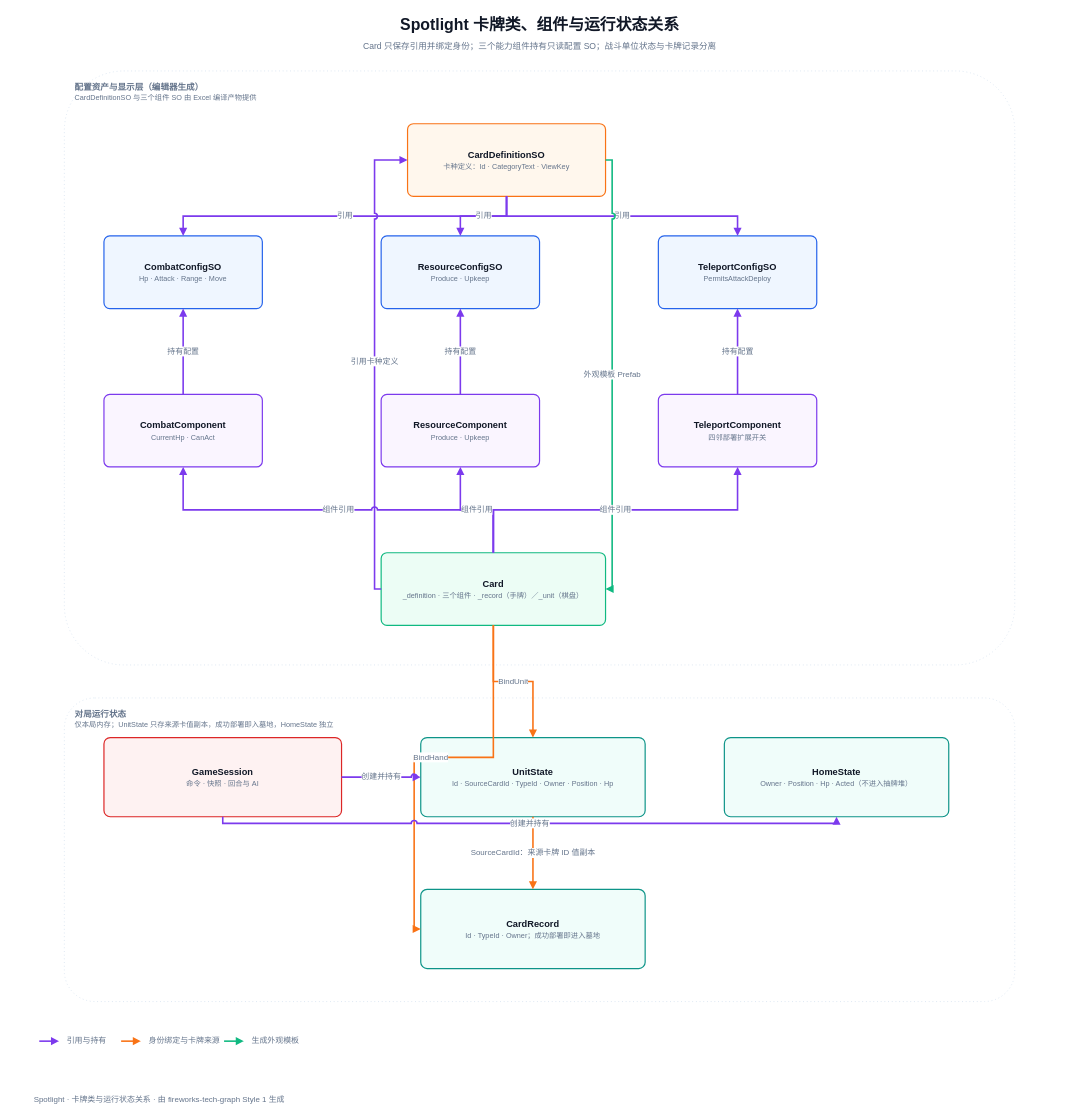
This is docs/diagrams/02-cards/02-cards.drawio from superbear1945/spotlight2026, a draw.io file, before an edit. Source tidied: cells renumbered, new cells numbered last; positions are measured from the earlier drawing's top-left corner, leaving out a move shared by most shapes. Both pictures are drawn from the tidied source at 66%, with x=0, y=0 at pixel (11, 11).
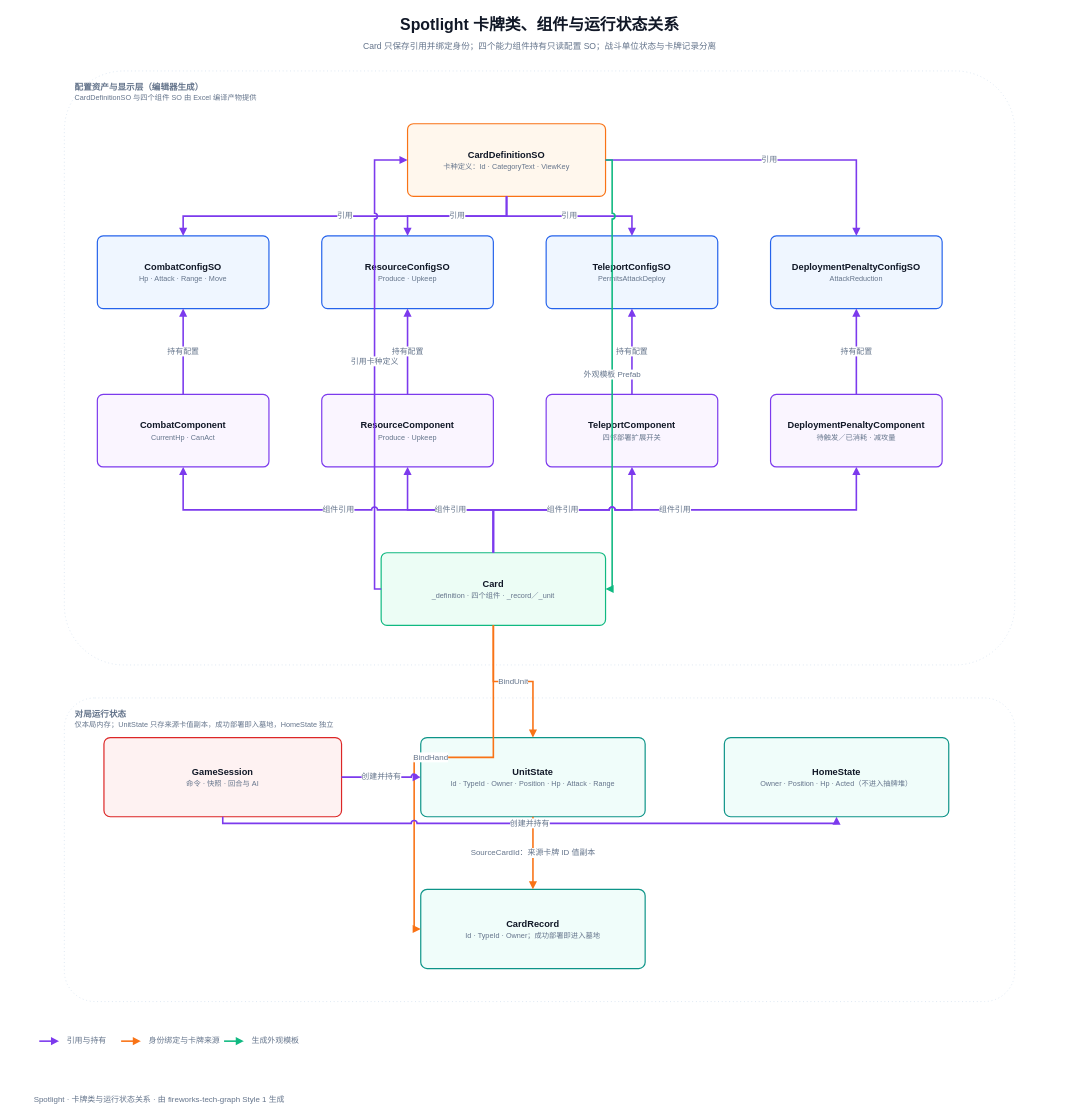
Above is the later version.

The change refers to these unchanged cells:
```xml
<mxCell id="4" value="&lt;b&gt;CardDefinitionSO&lt;/b&gt;&lt;br&gt;&lt;font style=&quot;font-size:11px;color:#64748b&quot;&gt;卡种定义：Id · CategoryText · ViewKey&lt;/font&gt;" style="rounded=1;arcSize=8;double=1;whiteSpace=wrap;html=1;shadow=0;fillColor=#fff7ed;strokeColor=#f97316;strokeWidth=1.8;fontColor=#111827;fontSize=14;align=center;verticalAlign=middle;" parent="1" vertex="1">
  <mxGeometry x="600" y="170" width="300" height="110" as="geometry" />
</mxCell>
```

Diff of the diagram source:
```diff
@@
-    <mxCell id="2" value="&lt;b&gt;配置资产与显示层（编辑器生成）&lt;/b&gt;&lt;br&gt;&lt;font style=&quot;font-size:11px;color:#64748b&quot;&gt;CardDefinitionSO 与三个组件 SO 由 Excel 编译产物提供&lt;/font&gt;" style="rounded=1;arcSize=10;whiteSpace=wrap;html=1;fillColor=none;strokeColor=#dbe5f1;strokeWidth=1.4;dashed=1;dashPattern=1 3;verticalAlign=top;align=left;spacingLeft=14;spacingTop=10;fontColor=#64748b;fontSize=13;" parent="1" vertex="1">
+    <mxCell id="2" value="&lt;b&gt;配置资产与显示层（编辑器生成）&lt;/b&gt;&lt;br&gt;&lt;font style=&quot;font-size:11px;color:#64748b&quot;&gt;CardDefinitionSO 与四个组件 SO 由 Excel 编译产物提供&lt;/font&gt;" style="rounded=1;arcSize=10;whiteSpace=wrap;html=1;fillColor=none;strokeColor=#dbe5f1;strokeWidth=1.4;dashed=1;dashPattern=1 3;verticalAlign=top;align=left;spacingLeft=14;spacingTop=10;fontColor=#64748b;fontSize=13;" parent="1" vertex="1">
       <mxGeometry x="80" y="90" width="1440" height="900" as="geometry" />
     </mxCell>
@@
     <mxCell id="5" value="&lt;b&gt;CombatConfigSO&lt;/b&gt;&lt;br&gt;&lt;font style=&quot;font-size:11px;color:#64748b&quot;&gt;Hp · Attack · Range · Move&lt;/font&gt;" style="rounded=1;arcSize=8;double=1;whiteSpace=wrap;html=1;shadow=0;fillColor=#eff6ff;strokeColor=#2563eb;strokeWidth=1.8;fontColor=#111827;fontSize=14;align=center;verticalAlign=middle;" parent="1" vertex="1">
-      <mxGeometry x="140" y="340" width="240" height="110" as="geometry" />
+      <mxGeometry x="130" y="340" width="260" height="110" as="geometry" />
     </mxCell>
     <mxCell id="6" value="&lt;b&gt;ResourceConfigSO&lt;/b&gt;&lt;br&gt;&lt;font style=&quot;font-size:11px;color:#64748b&quot;&gt;Produce · Upkeep&lt;/font&gt;" style="rounded=1;arcSize=8;double=1;whiteSpace=wrap;html=1;shadow=0;fillColor=#eff6ff;strokeColor=#2563eb;strokeWidth=1.8;fontColor=#111827;fontSize=14;align=center;verticalAlign=middle;" parent="1" vertex="1">
-      <mxGeometry x="560" y="340" width="240" height="110" as="geometry" />
+      <mxGeometry x="470" y="340" width="260" height="110" as="geometry" />
     </mxCell>
     <mxCell id="7" value="&lt;b&gt;TeleportConfigSO&lt;/b&gt;&lt;br&gt;&lt;font style=&quot;font-size:11px;color:#64748b&quot;&gt;PermitsAttackDeploy&lt;/font&gt;" style="rounded=1;arcSize=8;double=1;whiteSpace=wrap;html=1;shadow=0;fillColor=#eff6ff;strokeColor=#2563eb;strokeWidth=1.8;fontColor=#111827;fontSize=14;align=center;verticalAlign=middle;" parent="1" vertex="1">
-      <mxGeometry x="980" y="340" width="240" height="110" as="geometry" />
+      <mxGeometry x="810" y="340" width="260" height="110" as="geometry" />
     </mxCell>
     <mxCell id="8" value="&lt;b&gt;CombatComponent&lt;/b&gt;&lt;br&gt;&lt;font style=&quot;font-size:11px;color:#64748b&quot;&gt;CurrentHp · CanAct&lt;/font&gt;" style="rounded=1;arcSize=8;double=1;whiteSpace=wrap;html=1;shadow=0;fillColor=#faf5ff;strokeColor=#7c3aed;strokeWidth=1.8;fontColor=#111827;fontSize=14;align=center;verticalAlign=middle;" parent="1" vertex="1">
-      <mxGeometry x="140" y="580" width="240" height="110" as="geometry" />
+      <mxGeometry x="130" y="580" width="260" height="110" as="geometry" />
     </mxCell>
     <mxCell id="9" value="&lt;b&gt;ResourceComponent&lt;/b&gt;&lt;br&gt;&lt;font style=&quot;font-size:11px;color:#64748b&quot;&gt;Produce · Upkeep&lt;/font&gt;" style="rounded=1;arcSize=8;double=1;whiteSpace=wrap;html=1;shadow=0;fillColor=#faf5ff;strokeColor=#7c3aed;strokeWidth=1.8;fontColor=#111827;fontSize=14;align=center;verticalAlign=middle;" parent="1" vertex="1">
-      <mxGeometry x="560" y="580" width="240" height="110" as="geometry" />
+      <mxGeometry x="470" y="580" width="260" height="110" as="geometry" />
     </mxCell>
     <mxCell id="10" value="&lt;b&gt;TeleportComponent&lt;/b&gt;&lt;br&gt;&lt;font style=&quot;font-size:11px;color:#64748b&quot;&gt;四邻部署扩展开关&lt;/font&gt;" style="rounded=1;arcSize=8;double=1;whiteSpace=wrap;html=1;shadow=0;fillColor=#faf5ff;strokeColor=#7c3aed;strokeWidth=1.8;fontColor=#111827;fontSize=14;align=center;verticalAlign=middle;" parent="1" vertex="1">
-      <mxGeometry x="980" y="580" width="240" height="110" as="geometry" />
+      <mxGeometry x="810" y="580" width="260" height="110" as="geometry" />
     </mxCell>
+    <mxCell id="41" value="&lt;b&gt;DeploymentPenaltyConfigSO&lt;/b&gt;&lt;br&gt;&lt;font style=&quot;font-size:11px;color:#64748b&quot;&gt;AttackReduction&lt;/font&gt;" style="rounded=1;arcSize=8;double=1;whiteSpace=wrap;html=1;shadow=0;fillColor=#eff6ff;strokeColor=#2563eb;strokeWidth=1.8;fontColor=#111827;fontSize=14;align=center;verticalAlign=middle;" parent="1" vertex="1">
+      <mxGeometry x="1150" y="340" width="260" height="110" as="geometry" />
+    </mxCell>
+    <mxCell id="42" value="&lt;b&gt;DeploymentPenaltyComponent&lt;/b&gt;&lt;br&gt;&lt;font style=&quot;font-size:11px;color:#64748b&quot;&gt;待触发／已消耗 · 减攻量&lt;/font&gt;" style="rounded=1;arcSize=8;double=1;whiteSpace=wrap;html=1;shadow=0;fillColor=#faf5ff;strokeColor=#7c3aed;strokeWidth=1.8;fontColor=#111827;fontSize=14;align=center;verticalAlign=middle;" parent="1" vertex="1">
+      <mxGeometry x="1150" y="580" width="260" height="110" as="geometry" />
+    </mxCell>
-    <mxCell id="11" value="&lt;b&gt;Card&lt;/b&gt;&lt;br&gt;&lt;font style=&quot;font-size:11px;color:#64748b&quot;&gt;_definition · 三个组件 · _record（手牌）／_unit（棋盘）&lt;/font&gt;" style="rounded=1;arcSize=8;double=1;whiteSpace=wrap;html=1;shadow=0;fillColor=#ecfdf5;strokeColor=#10b981;strokeWidth=1.8;fontColor=#111827;fontSize=14;align=center;verticalAlign=middle;" parent="1" vertex="1">
+    <mxCell id="11" value="&lt;b&gt;Card&lt;/b&gt;&lt;br&gt;&lt;font style=&quot;font-size:11px;color:#64748b&quot;&gt;_definition · 四个组件 · _record／_unit&lt;/font&gt;" style="rounded=1;arcSize=8;double=1;whiteSpace=wrap;html=1;shadow=0;fillColor=#ecfdf5;strokeColor=#10b981;strokeWidth=1.8;fontColor=#111827;fontSize=14;align=center;verticalAlign=middle;" parent="1" vertex="1">
       <mxGeometry x="560" y="820" width="340" height="110" as="geometry" />
     </mxCell>
-    <mxCell id="12" value="&lt;b&gt;UnitState&lt;/b&gt;&lt;br&gt;&lt;font style=&quot;font-size:11px;color:#64748b&quot;&gt;Id · SourceCardId · TypeId · Owner · Position · Hp&lt;/font&gt;" style="rounded=1;arcSize=8;whiteSpace=wrap;html=1;shadow=0;fillColor=#f0fdfa;strokeColor=#0d9488;strokeWidth=1.8;fontColor=#111827;fontSize=14;align=center;verticalAlign=middle;" parent="1" vertex="1">
+    <mxCell id="12" value="&lt;b&gt;UnitState&lt;/b&gt;&lt;br&gt;&lt;font style=&quot;font-size:11px;color:#64748b&quot;&gt;Id · TypeId · Owner · Position · Hp · Attack · Range&lt;/font&gt;" style="rounded=1;arcSize=8;whiteSpace=wrap;html=1;shadow=0;fillColor=#f0fdfa;strokeColor=#0d9488;strokeWidth=1.8;fontColor=#111827;fontSize=14;align=center;verticalAlign=middle;" parent="1" vertex="1">
       <mxGeometry x="620" y="1100" width="340" height="120" as="geometry" />
     </mxCell>
@@
+    <mxCell id="43" value="引用" style="edgeStyle=orthogonalEdgeStyle;rounded=0;html=1;shadow=0;endArrow=block;endFill=1;jumpStyle=arc;strokeColor=#7c3aed;strokeWidth=2.4;fontColor=#64748b;fontSize=12;labelBackgroundColor=#ffffff;exitX=1.0;exitY=0.5;exitDx=0;exitDy=0;entryX=0.5;entryY=0.0;entryDx=0;entryDy=0;" parent="1" edge="1" source="4" target="41">
+      <mxGeometry relative="1" as="geometry" />
+    </mxCell>
@@
+    <mxCell id="44" value="持有配置" style="edgeStyle=orthogonalEdgeStyle;rounded=0;html=1;shadow=0;endArrow=block;endFill=1;jumpStyle=arc;strokeColor=#7c3aed;strokeWidth=2.4;fontColor=#64748b;fontSize=12;labelBackgroundColor=#ffffff;exitX=0.5;exitY=0.0;exitDx=0;exitDy=0;entryX=0.5;entryY=1.0;entryDx=0;entryDy=0;" parent="1" edge="1" source="42" target="41">
+      <mxGeometry relative="1" as="geometry" />
+    </mxCell>
@@
+    <mxCell id="45" value="组件引用" style="edgeStyle=orthogonalEdgeStyle;rounded=0;html=1;shadow=0;endArrow=block;endFill=1;jumpStyle=arc;strokeColor=#7c3aed;strokeWidth=2.4;fontColor=#64748b;fontSize=12;labelBackgroundColor=#ffffff;exitX=0.5;exitY=0.0;exitDx=0;exitDy=0;entryX=0.5;entryY=1.0;entryDx=0;entryDy=0;" parent="1" edge="1" source="11" target="42">
+      <mxGeometry relative="1" as="geometry" />
+    </mxCell>
@@
-    <mxCell id="39" value="Card 只保存引用并绑定身份；三个能力组件持有只读配置 SO；战斗单位状态与卡牌记录分离" style="text;html=1;strokeColor=none;fillColor=none;align=center;verticalAlign=middle;fontColor=#64748b;fontSize=13;" parent="1" vertex="1">
+    <mxCell id="39" value="Card 只保存引用并绑定身份；四个能力组件持有只读配置 SO；战斗单位状态与卡牌记录分离" style="text;html=1;strokeColor=none;fillColor=none;align=center;verticalAlign=middle;fontColor=#64748b;fontSize=13;" parent="1" vertex="1">
       <mxGeometry y="38" width="1600" height="28" as="geometry" />
     </mxCell>
```
